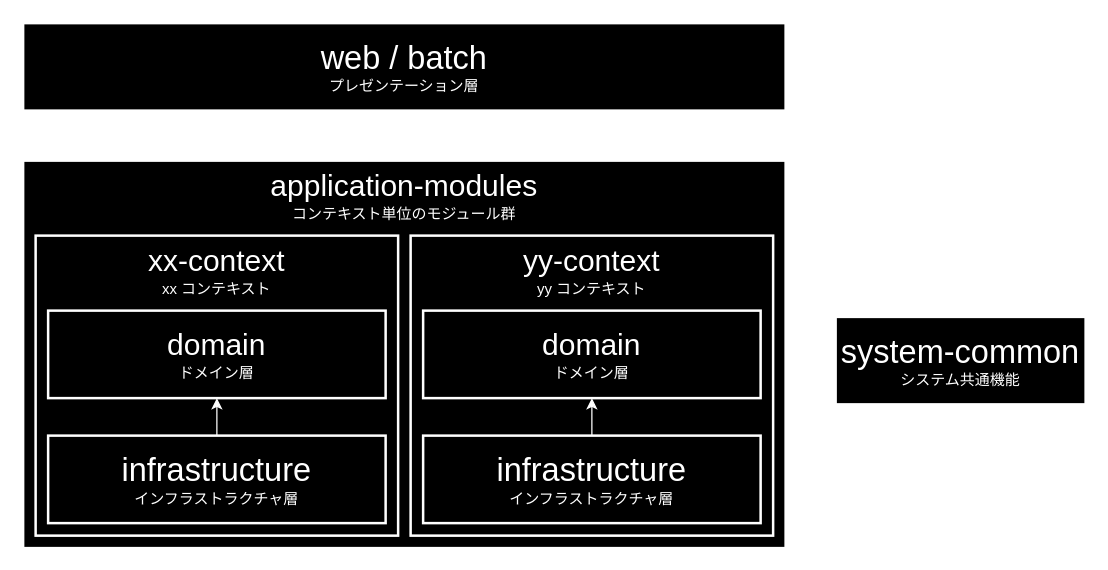
Earlier version of the draw.io diagram documents/_materials/images/guidebooks/how-to-develop/csr/java/subproject-dependencies-dark.drawio (AlesInfiny/maia). Source tidied: cells renumbered, new cells numbered last; positions are measured from the earlier drawing's top-left corner, leaving out a move shared by most shapes. Both pictures are drawn from the tidied source at 125%, with x=0, y=0 at pixel (22, 22).
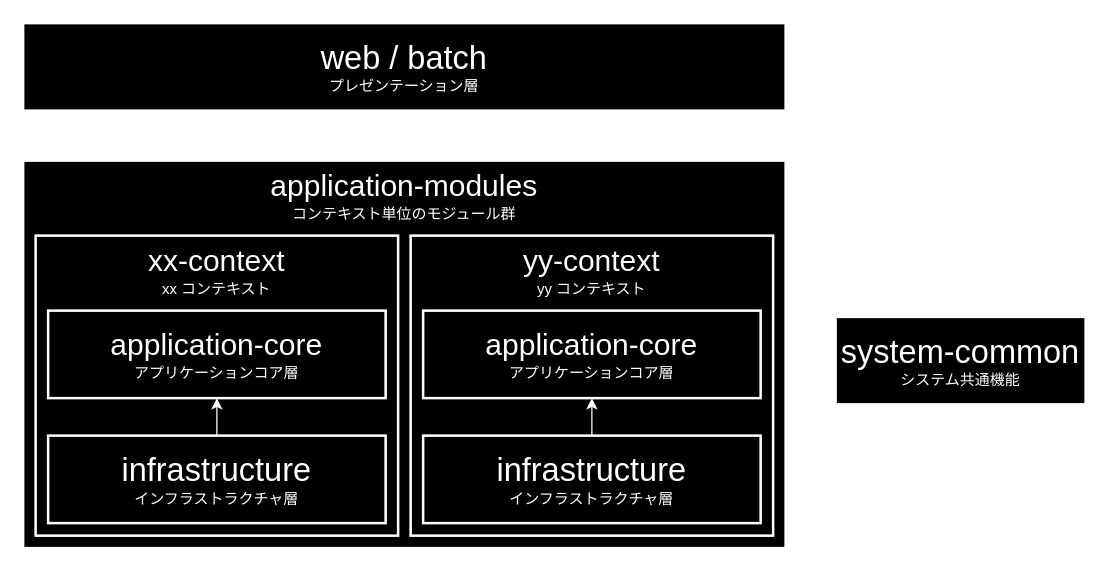
Above is the later version.

Commit message (it also covers changes not shown here):
サブプロジェクトの個別設定のトップページの図に記載の文言を修正 (#5599)

Diff of the diagram source:
```diff
@@
 <mxGraphModel>
   <root>
     <mxCell id="0" />
     <mxCell id="1" parent="0" />
     <mxCell id="2" style="edgeStyle=orthogonalEdgeStyle;html=1;entryX=0.5;entryY=0;entryDx=0;entryDy=0;exitX=1;exitY=0.5;exitDx=0;exitDy=0;strokeColor=#FFFFFF;" parent="1" edge="1" source="4" target="5">
       <mxGeometry relative="1" as="geometry" />
     </mxCell>
     <mxCell id="3" style="edgeStyle=none;html=1;strokeColor=#FFFFFF;" parent="1" edge="1" source="4" target="7">
       <mxGeometry relative="1" as="geometry" />
     </mxCell>
     <mxCell id="4" value="&lt;font style=&quot;font-size: 26px;&quot;&gt;web / batch&lt;/font&gt;&lt;br&gt;プレゼンテーション層" style="rounded=0;whiteSpace=wrap;html=1;fillColor=#000000;fontColor=#FFFFFF;strokeColor=#FFFFFF;strokeWidth=2;" parent="1" vertex="1">
       <mxGeometry width="610" height="70" as="geometry" />
     </mxCell>
     <mxCell id="5" value="&lt;font style=&quot;font-size: 26px;&quot;&gt;system-common&lt;/font&gt;&lt;br&gt;システム共通機能" style="rounded=0;whiteSpace=wrap;html=1;fillColor=#000000;fontColor=#FFFFFF;strokeColor=#FFFFFF;strokeWidth=2;" parent="1" vertex="1">
       <mxGeometry x="650" y="235" width="200" height="70" as="geometry" />
     </mxCell>
     <mxCell id="6" style="edgeStyle=none;html=1;strokeColor=#FFFFFF;" parent="1" edge="1" source="7" target="5">
       <mxGeometry relative="1" as="geometry" />
     </mxCell>
     <mxCell id="7" value="&lt;span style=&quot;font-size: 24px;&quot;&gt;application-modules&lt;/span&gt;&lt;div&gt;&lt;font&gt;コンテキスト単位のモジュール群&lt;/font&gt;&lt;/div&gt;" style="rounded=0;whiteSpace=wrap;html=1;fillColor=#000000;fontColor=#FFFFFF;strokeColor=#FFFFFF;strokeWidth=2;verticalAlign=top;" parent="1" vertex="1">
       <mxGeometry y="110" width="610" height="310" as="geometry" />
     </mxCell>
     <mxCell id="8" style="group;strokeColor=#FFFFFF;fillColor=#000000;" parent="1" vertex="1">
       <mxGeometry x="10" y="170" width="290" height="240" as="geometry" />
     </mxCell>
     <mxCell id="9" style="group;strokeColor=#FFFFFF;fillColor=#000000;" parent="1" vertex="1">
       <mxGeometry x="310" y="170" width="290" height="240" as="geometry" />
     </mxCell>
     <mxCell id="10" value="&lt;span style=&quot;font-size: 24px;&quot;&gt;xx-context&lt;/span&gt;&lt;div&gt;&lt;font&gt;xx コンテキスト&lt;/font&gt;&lt;/div&gt;" style="rounded=0;whiteSpace=wrap;html=1;fillColor=#000000;fontColor=#FFFFFF;strokeColor=#FFFFFF;strokeWidth=2;verticalAlign=top;" parent="1" vertex="1">
       <mxGeometry x="10" y="170" width="290" height="240" as="geometry" />
     </mxCell>
-    <mxCell id="11" value="&lt;font style=&quot;font-size: 24px;&quot;&gt;domain&lt;/font&gt;&lt;div&gt;ドメイン層&lt;/div&gt;" style="rounded=0;whiteSpace=wrap;html=1;fillColor=#000000;fontColor=#FFFFFF;strokeColor=#FFFFFF;strokeWidth=2;" parent="1" vertex="1">
+    <mxCell id="11" value="&lt;span style=&quot;font-size: 24px;&quot;&gt;application-core&lt;/span&gt;&lt;br&gt;&lt;div&gt;アプリケーションコア層&lt;/div&gt;" style="rounded=0;whiteSpace=wrap;html=1;fillColor=#000000;fontColor=#FFFFFF;strokeColor=#FFFFFF;strokeWidth=2;" parent="1" vertex="1">
       <mxGeometry x="20" y="230" width="270" height="70" as="geometry" />
     </mxCell>
     <mxCell id="12" value="&lt;font style=&quot;font-size: 26px;&quot;&gt;infrastructure&lt;/font&gt;&lt;br&gt;インフラストラクチャ層" style="rounded=0;whiteSpace=wrap;html=1;fillColor=#000000;fontColor=#FFFFFF;strokeColor=#FFFFFF;strokeWidth=2;" parent="1" vertex="1">
       <mxGeometry x="20" y="330" width="270" height="70" as="geometry" />
     </mxCell>
     <mxCell id="13" style="edgeStyle=none;html=1;strokeColor=#FFFFFF;" parent="1" edge="1" source="12" target="11">
       <mxGeometry relative="1" as="geometry" />
     </mxCell>
     <mxCell id="14" value="&lt;span style=&quot;font-size: 24px;&quot;&gt;yy-context&lt;/span&gt;&lt;div&gt;&lt;font&gt;yy コンテキスト&lt;/font&gt;&lt;/div&gt;" style="rounded=0;whiteSpace=wrap;html=1;fillColor=#000000;fontColor=#FFFFFF;strokeColor=#FFFFFF;strokeWidth=2;verticalAlign=top;" parent="1" vertex="1">
       <mxGeometry x="310" y="170" width="290" height="240" as="geometry" />
     </mxCell>
-    <mxCell id="15" value="&lt;span style=&quot;font-size: 24px;&quot;&gt;domain&lt;/span&gt;&lt;div&gt;ドメイン層&lt;/div&gt;" style="rounded=0;whiteSpace=wrap;html=1;fillColor=#000000;fontColor=#FFFFFF;strokeColor=#FFFFFF;strokeWidth=2;" parent="1" vertex="1">
+    <mxCell id="15" value="&lt;span style=&quot;color: rgb(255, 255, 255);&quot;&gt;&lt;span style=&quot;scrollbar-color: rgba(168, 169, 170, 0.52) rgb(18, 19, 20); font-size: 24px;&quot;&gt;application-core&lt;/span&gt;&lt;br style=&quot;scrollbar-color: rgba(168, 169, 170, 0.52) rgb(18, 19, 20);&quot;&gt;&lt;/span&gt;&lt;div style=&quot;scrollbar-color: rgba(168, 169, 170, 0.52) rgb(18, 19, 20);&quot;&gt;&lt;span style=&quot;color: rgb(255, 255, 255);&quot;&gt;アプリケーションコア層&lt;/span&gt;&lt;/div&gt;" style="rounded=0;whiteSpace=wrap;html=1;fillColor=#000000;fontColor=#FFFFFF;strokeColor=#FFFFFF;strokeWidth=2;" parent="1" vertex="1">
       <mxGeometry x="320" y="230" width="270" height="70" as="geometry" />
     </mxCell>
     <mxCell id="16" value="&lt;font style=&quot;font-size: 26px;&quot;&gt;infrastructure&lt;/font&gt;&lt;br&gt;インフラストラクチャ層" style="rounded=0;whiteSpace=wrap;html=1;fillColor=#000000;fontColor=#FFFFFF;strokeColor=#FFFFFF;strokeWidth=2;" parent="1" vertex="1">
       <mxGeometry x="320" y="330" width="270" height="70" as="geometry" />
     </mxCell>
     <mxCell id="17" style="edgeStyle=none;html=1;strokeColor=#FFFFFF;" parent="1" edge="1" source="16" target="15">
       <mxGeometry relative="1" as="geometry" />
     </mxCell>
   </root>
 </mxGraphModel>
```
